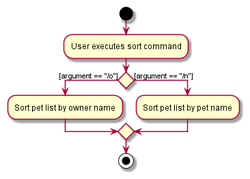
Before: docs/images/SortActivityDiagram.png, a diagram exported from PlantUML (nus-cs2103-AY2122S2/tp). Its source is kept beside it as docs/diagrams/SortActivityDiagram.puml. Source of this version:
```plantuml
@startuml
start
:User executes sort command;


if () then ([argument == "/o"])
    :Sort pet list by owner name;
else ([argument == "/n"])
    :Sort pet list by pet name;
endif
stop
@enduml
```
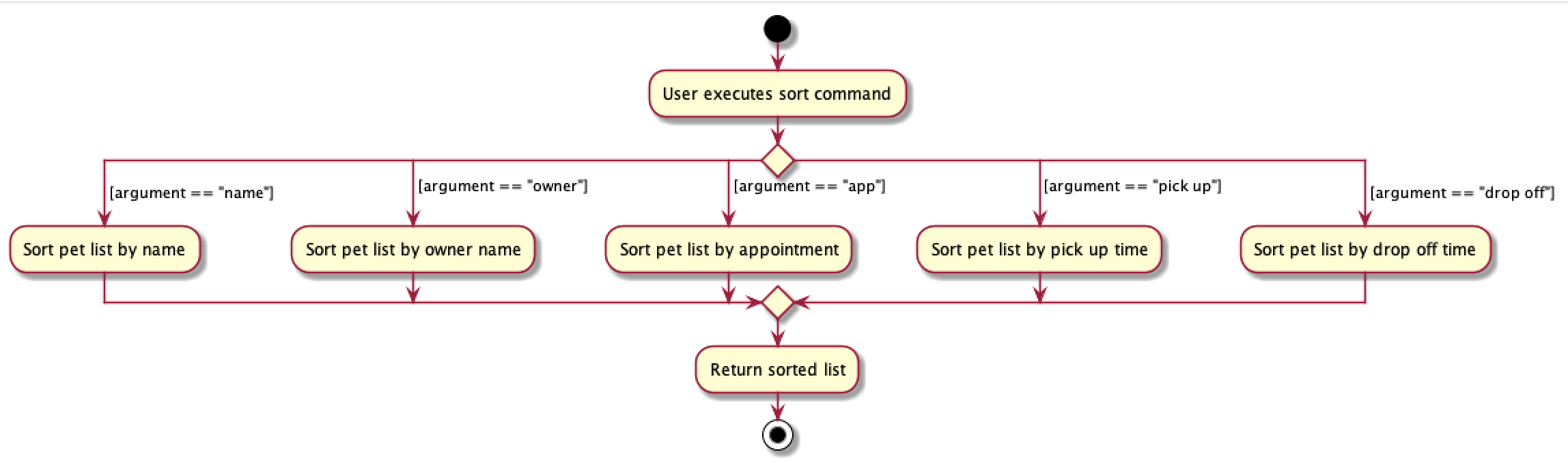
The same diagram one commit later.

What changed in the source:
```diff
@@ -2,11 +2,20 @@
 start
 :User executes sort command;
 
+switch ()
+case ( [argument == "name"] )
+    :Sort pet list by name;
+case ( [argument == "owner"] )
+    :Sort pet list by owner name;
+case ( [argument == "app"] )
+    :Sort pet list by appointment;
+case ( [argument == "pick up"] )
+    :Sort pet list by pick up time;
+case ( [argument == "drop off"] )
+    :Sort pet list by drop off time;
+endswitch
 
-if () then ([argument == "/o"])
-    :Sort pet list by owner name;
-else ([argument == "/n"])
-    :Sort pet list by pet name;
-endif
+:Return sorted list;
+
 stop
 @enduml
```
